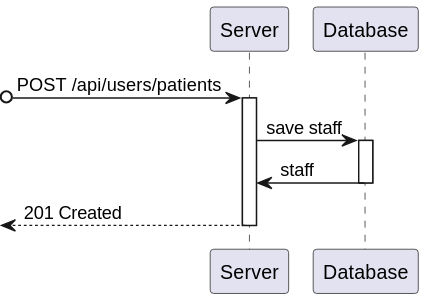
1220846/sem5pi-24-25-3ddg20 keeps this PlantUML diagram as docs/sprint-a/us-5.1.12/views/level3/process-view.svg. Above is the earlier version. Source of this version:
```plantuml
@startuml
?o-> Server : POST /api/users/patients
activate Server
    Server -> Database : save staff
    activate Database
        Database -> Server : staff
    deactivate Database
    <-- Server : 201 Created
deactivate Server
@enduml
```
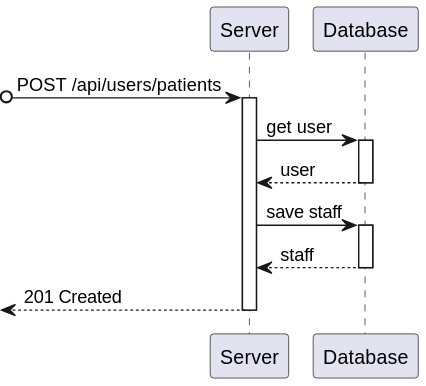
The same file after the commit.

Commit message:
#12 diagrams update (level 3)

What changed in the source:
```diff
@@ -1,9 +1,14 @@
 @startuml
 ?o-> Server : POST /api/users/patients
 activate Server
+
+    Server -> Database : get user
+    activate Database
+        Database --> Server : user
+    deactivate Database
     Server -> Database : save staff
     activate Database
-        Database -> Server : staff
+        Database --> Server : staff
     deactivate Database
     <-- Server : 201 Created
 deactivate Server
```
